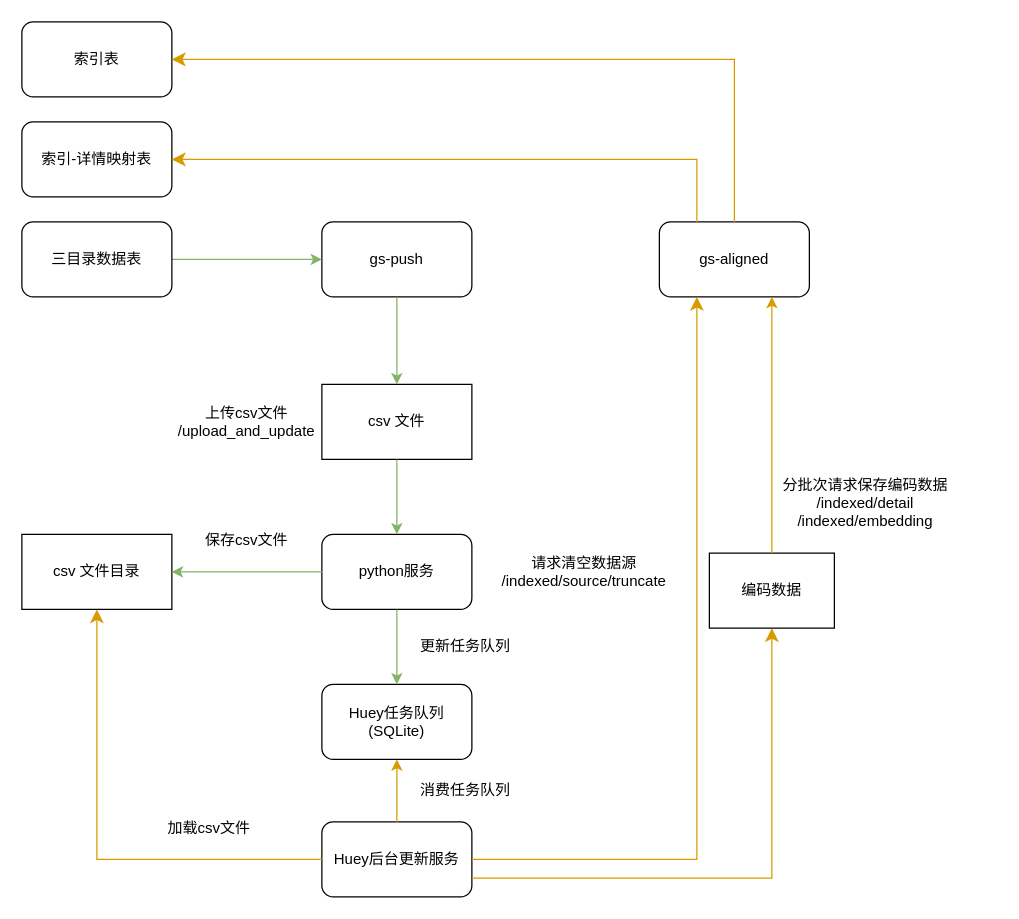
This is page "索引流程" (2 of 2) of 对码/国寿三目录架构图.drawio from XiaoLiuAI/diagrams, a draw.io file, before an edit. Source tidied: cells renumbered, new cells numbered last; positions are measured from the earlier drawing's top-left corner, leaving out a move shared by most shapes. Both pictures are drawn from the tidied source at 125%, with x=0, y=0 at pixel (21, 21).
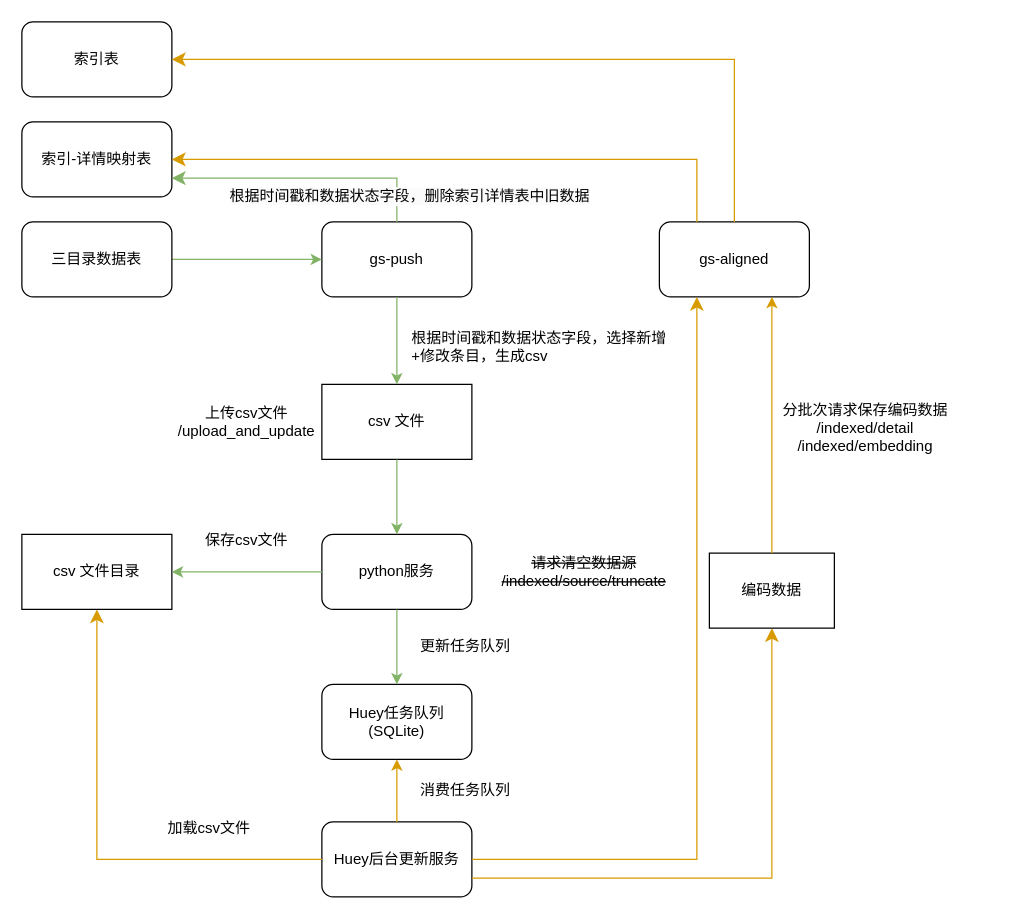
After the change.

Commit message:
更新国寿三目录架构图.drawio

What changed in the source:
```diff
@@
-    <mxCell id="25" value="请求清空数据源&lt;br&gt;/indexed/source/truncate" style="text;html=1;strokeColor=none;fillColor=none;align=center;verticalAlign=middle;whiteSpace=wrap;rounded=0;" parent="1" vertex="1">
+    <mxCell id="25" value="&lt;strike&gt;请求清空数据源&lt;br&gt;/indexed/source/truncate&lt;/strike&gt;" style="text;html=1;strokeColor=none;fillColor=none;align=center;verticalAlign=middle;whiteSpace=wrap;rounded=0;" parent="1" vertex="1">
       <mxGeometry x="400" y="425" width="100" height="30" as="geometry" />
     </mxCell>
@@
     <mxCell id="27" value="分批次请求保存编码数据&lt;br&gt;/indexed/detail&lt;br&gt;/indexed/embedding" style="text;html=1;strokeColor=none;fillColor=none;align=center;verticalAlign=middle;whiteSpace=wrap;rounded=0;" parent="1" vertex="1">
-      <mxGeometry x="570" y="360" width="210" height="50" as="geometry" />
+      <mxGeometry x="570" y="300" width="210" height="50" as="geometry" />
     </mxCell>
@@
+    <mxCell id="32" value="根据时间戳和数据状态字段，选择新增+修改条目，生成csv" style="text;html=1;strokeColor=none;fillColor=none;align=left;verticalAlign=middle;whiteSpace=wrap;rounded=0;" parent="1" vertex="1">
+      <mxGeometry x="310" y="230" width="210" height="60" as="geometry" />
+    </mxCell>
+    <mxCell id="33" value="&lt;span style=&quot;color: rgb(0, 0, 0); font-family: Helvetica; font-size: 12px; font-style: normal; font-variant-ligatures: normal; font-variant-caps: normal; font-weight: 400; letter-spacing: normal; orphans: 2; text-align: left; text-indent: 0px; text-transform: none; widows: 2; word-spacing: 0px; -webkit-text-stroke-width: 0px; background-color: rgb(251, 251, 251); text-decoration-thickness: initial; text-decoration-style: initial; text-decoration-color: initial; float: none; display: inline !important;&quot;&gt;根据时间戳和数据状态字段，删除索引详情表中旧数据&lt;/span&gt;" style="edgeStyle=segmentEdgeStyle;endArrow=classic;html=1;curved=0;rounded=0;endSize=8;startSize=8;entryX=1;entryY=0.75;entryDx=0;entryDy=0;exitX=0.5;exitY=0;exitDx=0;exitDy=0;fillColor=#d5e8d4;strokeColor=#82b366;" parent="1" edge="1">
+      <mxGeometry x="-0.81" y="-10" relative="1" as="geometry">
+        <mxPoint x="300" y="160" as="sourcePoint" />
+        <mxPoint x="120" y="125" as="targetPoint" />
+        <Array as="points">
+          <mxPoint x="300" y="125" />
+        </Array>
+      </mxGeometry>
+    </mxCell>
```
